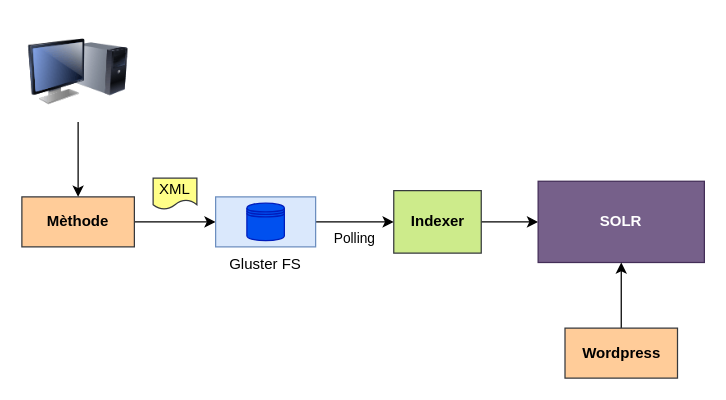
This is page "Page-2" (2 of 2) of MethodeToApps.drawio from vincenzofodera/drawio, a draw.io file, before an edit. Source tidied: cells renumbered, new cells numbered last; positions are measured from the earlier drawing's top-left corner, leaving out a move shared by most shapes. Both pictures are drawn from the tidied source at 125%, with x=0, y=0 at pixel (21, 21).
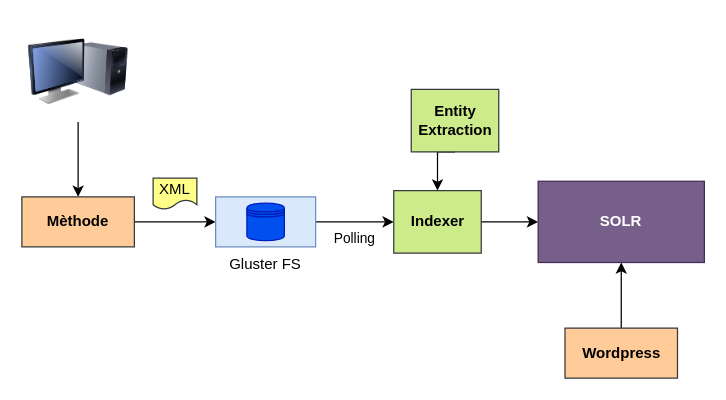
The same diagram, later.

What changed in the source:
```diff
@@
 <mxGraphModel>
   <root>
     <mxCell id="0" />
     <mxCell id="1" parent="0" />
     <mxCell id="2" style="edgeStyle=orthogonalEdgeStyle;rounded=0;jettySize=auto;html=1;exitX=1;exitY=0.5;exitDx=0;exitDy=0;entryX=0;entryY=0.5;entryDx=0;entryDy=0;" parent="1" edge="1" source="3" target="7">
       <mxGeometry relative="1" as="geometry" />
     </mxCell>
     <mxCell id="3" value="Mèthode" style="rounded=0;whiteSpace=wrap;html=1;fillColor=#ffcc99;strokeColor=#36393d;fontStyle=1;" parent="1" vertex="1">
       <mxGeometry y="140" width="90" height="40" as="geometry" />
     </mxCell>
     <mxCell id="4" style="edgeStyle=orthogonalEdgeStyle;rounded=0;jettySize=auto;html=1;entryX=0.5;entryY=0;entryDx=0;entryDy=0;" parent="1" edge="1" source="5" target="3">
       <mxGeometry relative="1" as="geometry" />
     </mxCell>
     <mxCell id="5" style="image;html=1;labelBackgroundColor=#ffffff;image=img/lib/clip_art/computers/Monitor_Tower_128x128.png;" parent="1" vertex="1">
       <mxGeometry x="5" width="80" height="80" as="geometry" />
     </mxCell>
     <mxCell id="6" value="Polling" style="edgeStyle=orthogonalEdgeStyle;rounded=0;jettySize=auto;html=1;exitX=1;exitY=0.5;exitDx=0;exitDy=0;entryX=0;entryY=0.5;entryDx=0;entryDy=0;verticalAlign=top;" parent="1" edge="1" source="7" target="11">
       <mxGeometry relative="1" as="geometry" />
     </mxCell>
     <mxCell id="7" value="Gluster FS" style="rounded=0;whiteSpace=wrap;html=1;fillColor=#dae8fc;strokeColor=#6c8ebf;labelPosition=center;verticalLabelPosition=bottom;align=center;verticalAlign=top;" parent="1" vertex="1">
       <mxGeometry x="155" y="140" width="80" height="40" as="geometry" />
     </mxCell>
     <mxCell id="8" style="shape=datastore;whiteSpace=wrap;html=1;fillColor=#0050ef;strokeColor=#001DBC;fontColor=#ffffff;" parent="1" vertex="1">
       <mxGeometry x="180" y="145" width="30" height="30" as="geometry" />
     </mxCell>
     <mxCell id="9" value="XML" style="shape=document;whiteSpace=wrap;html=1;boundedLbl=1;fillColor=#ffff88;strokeColor=#36393d;" parent="1" vertex="1">
       <mxGeometry x="105" y="125" width="35" height="25" as="geometry" />
     </mxCell>
     <mxCell id="10" style="edgeStyle=orthogonalEdgeStyle;rounded=0;jettySize=auto;html=1;exitX=1;exitY=0.5;exitDx=0;exitDy=0;entryX=0;entryY=0.5;entryDx=0;entryDy=0;" parent="1" edge="1" source="11" target="12">
       <mxGeometry relative="1" as="geometry" />
     </mxCell>
     <mxCell id="11" value="Indexer" style="rounded=0;whiteSpace=wrap;html=1;direction=east;rotation=0;horizontal=1;fillColor=#cdeb8b;strokeColor=#36393d;fontStyle=1;" parent="1" vertex="1">
       <mxGeometry x="297.5" y="135" width="70" height="50" as="geometry" />
     </mxCell>
     <mxCell id="12" value="SOLR" style="rounded=0;whiteSpace=wrap;html=1;fillColor=#76608a;strokeColor=#432D57;labelPosition=center;verticalLabelPosition=middle;align=center;verticalAlign=middle;fontColor=#ffffff;fontStyle=1;" parent="1" vertex="1">
       <mxGeometry x="413" y="127.5" width="133" height="65" as="geometry" />
     </mxCell>
     <mxCell id="13" style="edgeStyle=orthogonalEdgeStyle;rounded=0;jettySize=auto;html=1;exitX=0.5;exitY=0;exitDx=0;exitDy=0;entryX=0.5;entryY=1;entryDx=0;entryDy=0;" parent="1" edge="1" source="14" target="12">
       <mxGeometry relative="1" as="geometry" />
     </mxCell>
     <mxCell id="14" value="Wordpress" style="rounded=0;whiteSpace=wrap;html=1;fillColor=#ffcc99;strokeColor=#36393d;fontStyle=1;" parent="1" vertex="1">
       <mxGeometry x="434.5" y="245" width="90" height="40" as="geometry" />
     </mxCell>
+    <mxCell id="15" style="edgeStyle=orthogonalEdgeStyle;rounded=0;jettySize=auto;html=1;exitX=0.5;exitY=1;exitDx=0;exitDy=0;entryX=0.5;entryY=0;entryDx=0;entryDy=0;" parent="1" edge="1" source="16" target="11">
+      <mxGeometry relative="1" as="geometry" />
+    </mxCell>
+    <mxCell id="16" value="Entity Extraction" style="rounded=0;whiteSpace=wrap;html=1;direction=east;rotation=0;horizontal=1;fillColor=#cdeb8b;strokeColor=#36393d;fontStyle=1;" parent="1" vertex="1">
+      <mxGeometry x="311.5" y="54" width="70" height="50" as="geometry" />
+    </mxCell>
   </root>
 </mxGraphModel>
```
